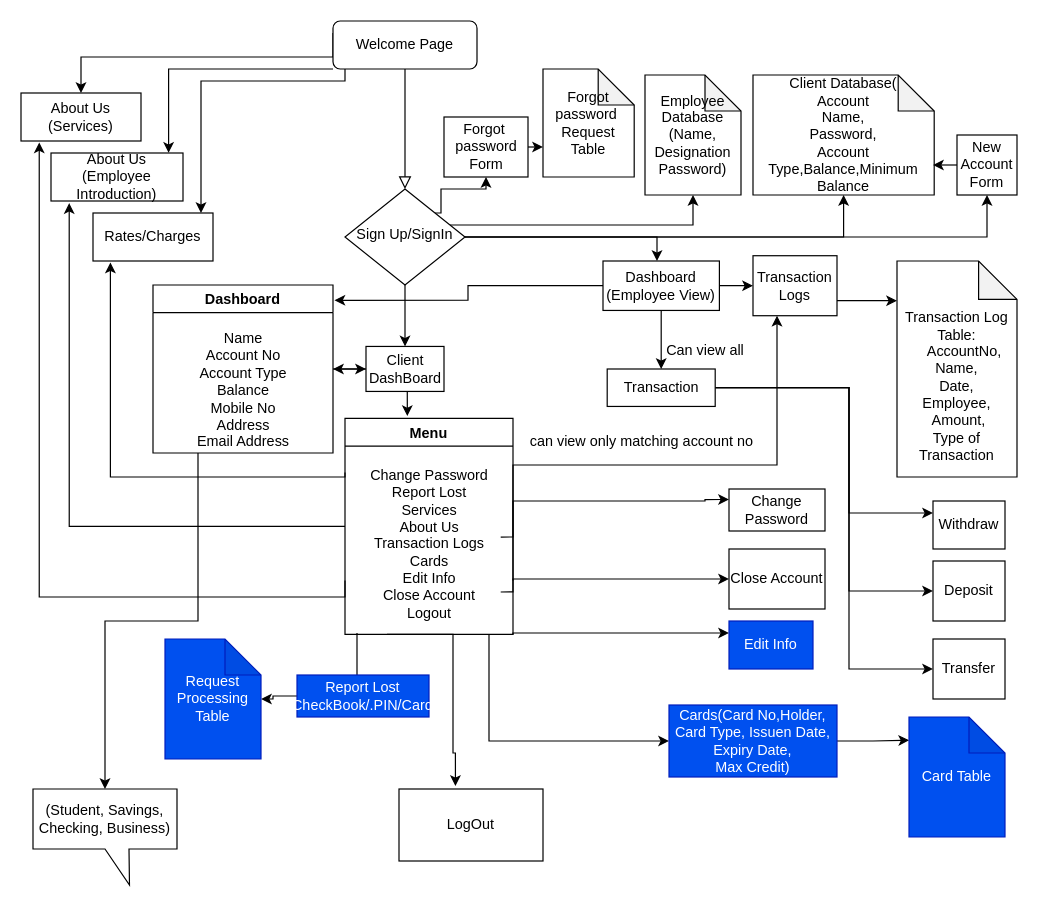
Above: Untitled Diagram.drawio in namirahrasul/BankingManagementSystem (draw.io), before the change. Source tidied: cells renumbered, new cells numbered last; positions are measured from the earlier drawing's top-left corner, leaving out a move shared by most shapes. Both pictures are drawn from the tidied source at 120%, with x=0, y=0 at pixel (20, 20).
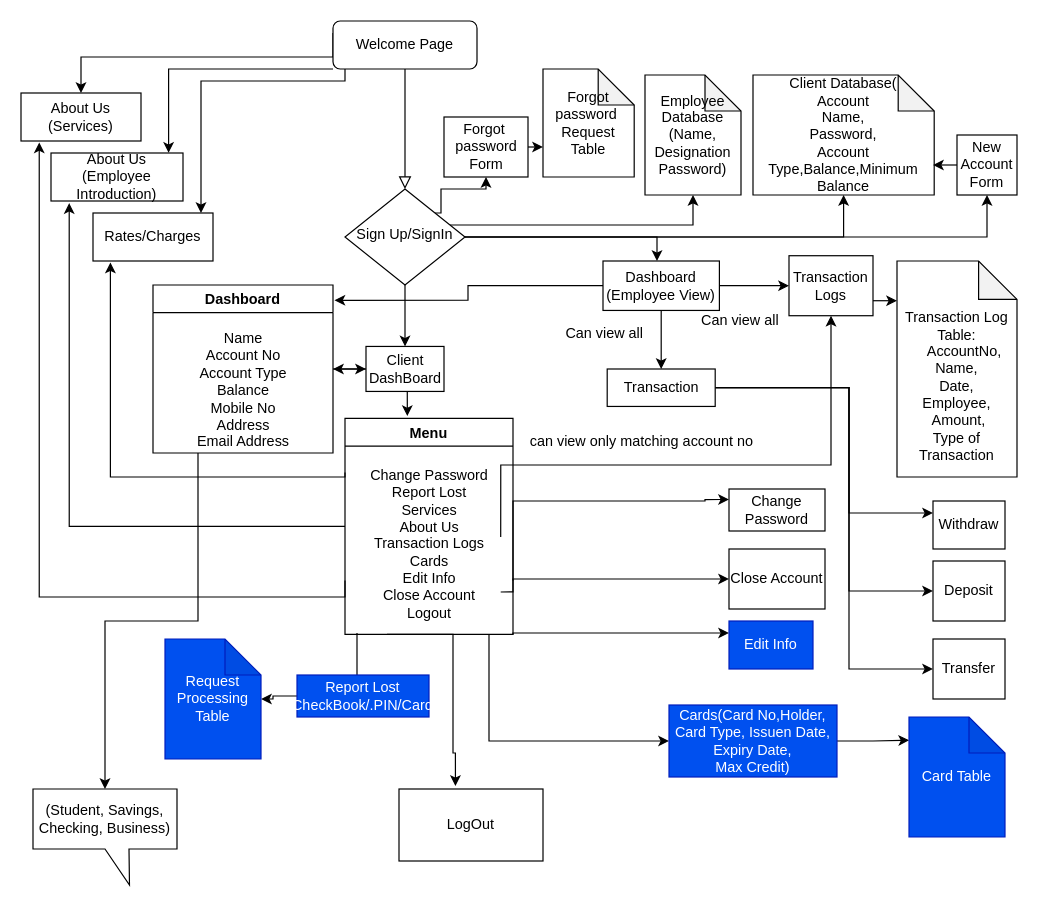
After the change.

Commit message:
added employee can view all

Diff of the diagram source:
```diff
@@
     <mxCell id="38" value="Transaction Logs" style="rounded=0;whiteSpace=wrap;html=1;" parent="1" vertex="1">
-      <mxGeometry x="610" y="195.6" width="70" height="50" as="geometry" />
+      <mxGeometry x="640" y="195.6" width="70" height="50" as="geometry" />
     </mxCell>
     <mxCell id="39" value="Can view all " style="text;html=1;align=center;verticalAlign=middle;strokeColor=none;fillColor=none;" parent="1" vertex="1">
-      <mxGeometry x="525" y="260" width="90" height="30" as="geometry" />
+      <mxGeometry x="441" y="245.6" width="90" height="30" as="geometry" />
     </mxCell>
@@
+    <mxCell id="70" value="Can view all " style="text;html=1;align=center;verticalAlign=middle;strokeColor=none;fillColor=none;" parent="1" vertex="1">
+      <mxGeometry x="554" y="235" width="90" height="30" as="geometry" />
+    </mxCell>
```
